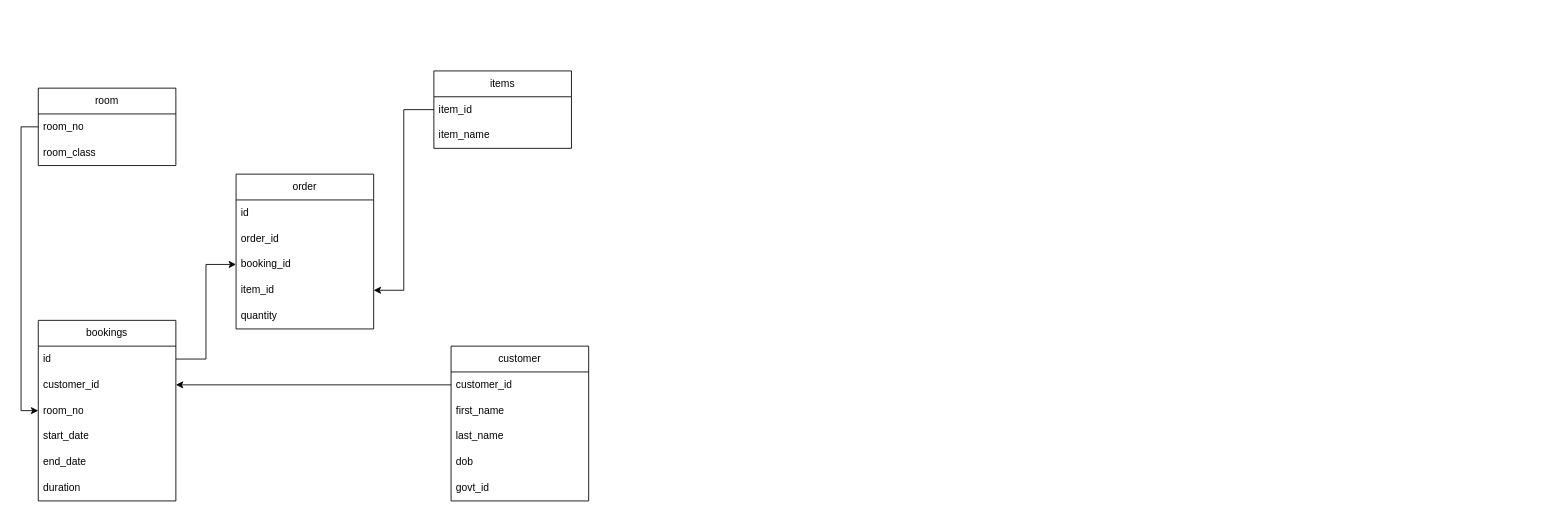
Above: Untitled Diagram.drawio in Astrrokid/911-calls (draw.io), before the change. Source tidied: cells renumbered, new cells numbered last; positions are measured from the earlier drawing's top-left corner, leaving out a move shared by most shapes. Both pictures are drawn from the tidied source at 86%, with x=0, y=0 at pixel (38, 71).
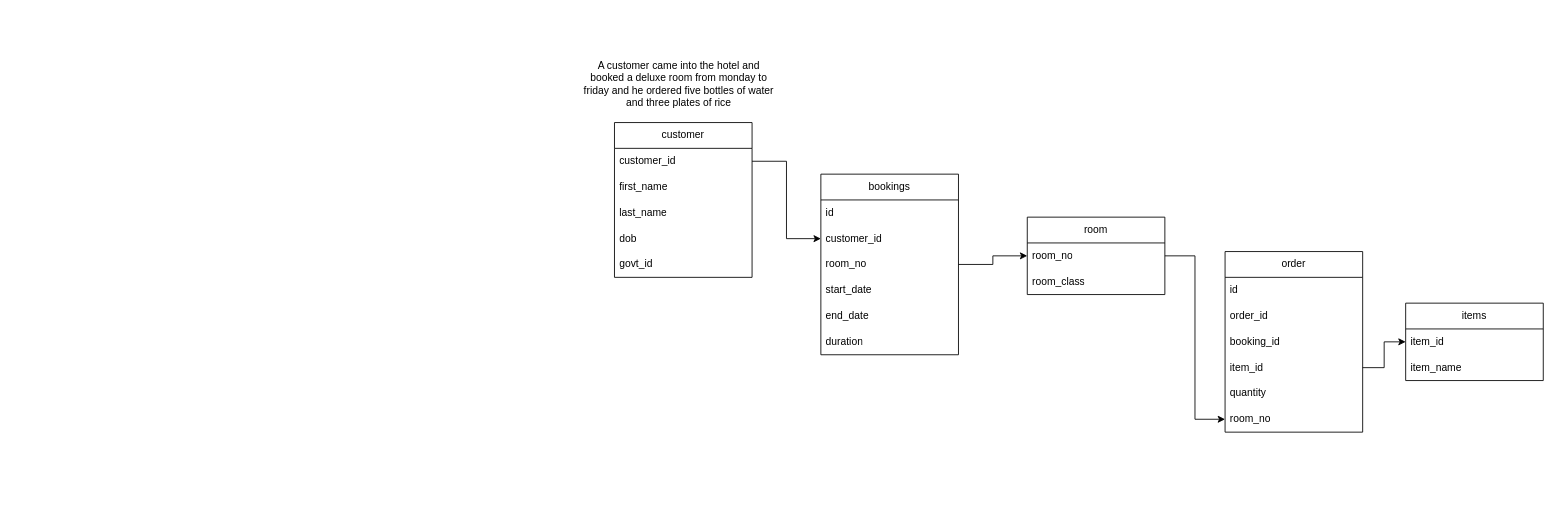
After the change.

Unchanged cells that the change refers to:
```xml
<mxCell id="3" value="customer_id" style="text;strokeColor=none;fillColor=none;align=left;verticalAlign=middle;spacingLeft=4;spacingRight=4;overflow=hidden;points=[[0,0.5],[1,0.5]];portConstraint=eastwest;whiteSpace=wrap;html=1;" parent="2" vertex="1">
  <mxGeometry y="30" width="160" height="30" as="geometry" />
</mxCell>
<mxCell id="9" value="room_no" style="text;strokeColor=none;fillColor=none;align=left;verticalAlign=middle;spacingLeft=4;spacingRight=4;overflow=hidden;points=[[0,0.5],[1,0.5]];portConstraint=eastwest;whiteSpace=wrap;html=1;" parent="8" vertex="1">
  <mxGeometry y="30" width="160" height="30" as="geometry" />
</mxCell>
<mxCell id="14" value="booking_id" style="text;strokeColor=none;fillColor=none;align=left;verticalAlign=middle;spacingLeft=4;spacingRight=4;overflow=hidden;points=[[0,0.5],[1,0.5]];portConstraint=eastwest;whiteSpace=wrap;html=1;" parent="11" vertex="1">
  <mxGeometry y="90" width="160" height="30" as="geometry" />
</mxCell>
<mxCell id="15" value="item_id" style="text;strokeColor=none;fillColor=none;align=left;verticalAlign=middle;spacingLeft=4;spacingRight=4;overflow=hidden;points=[[0,0.5],[1,0.5]];portConstraint=eastwest;whiteSpace=wrap;html=1;" parent="11" vertex="1">
  <mxGeometry y="120" width="160" height="30" as="geometry" />
</mxCell>
<mxCell id="18" value="item_id" style="text;strokeColor=none;fillColor=none;align=left;verticalAlign=middle;spacingLeft=4;spacingRight=4;overflow=hidden;points=[[0,0.5],[1,0.5]];portConstraint=eastwest;whiteSpace=wrap;html=1;" parent="17" vertex="1">
  <mxGeometry y="30" width="160" height="30" as="geometry" />
</mxCell>
<mxCell id="21" value="id" style="text;strokeColor=none;fillColor=none;align=left;verticalAlign=middle;spacingLeft=4;spacingRight=4;overflow=hidden;points=[[0,0.5],[1,0.5]];portConstraint=eastwest;whiteSpace=wrap;html=1;" parent="20" vertex="1">
  <mxGeometry y="30" width="160" height="30" as="geometry" />
</mxCell>
<mxCell id="22" value="customer_id" style="text;strokeColor=none;fillColor=none;align=left;verticalAlign=middle;spacingLeft=4;spacingRight=4;overflow=hidden;points=[[0,0.5],[1,0.5]];portConstraint=eastwest;whiteSpace=wrap;html=1;" parent="20" vertex="1">
  <mxGeometry y="60" width="160" height="30" as="geometry" />
</mxCell>
<mxCell id="23" value="room_no" style="text;strokeColor=none;fillColor=none;align=left;verticalAlign=middle;spacingLeft=4;spacingRight=4;overflow=hidden;points=[[0,0.5],[1,0.5]];portConstraint=eastwest;whiteSpace=wrap;html=1;" parent="20" vertex="1">
  <mxGeometry y="90" width="160" height="30" as="geometry" />
</mxCell>
```

The edit, as a diff of the source:
```diff
@@
     <mxCell id="2" value="customer" style="swimlane;fontStyle=0;horizontal=1;startSize=30;whiteSpace=wrap;html=1;" parent="1" vertex="1">
-      <mxGeometry x="480" y="320" width="160" height="180" as="geometry" />
+      <mxGeometry x="670" y="60" width="160" height="180" as="geometry" />
     </mxCell>
@@
     <mxCell id="8" value="room" style="swimlane;fontStyle=0;horizontal=1;startSize=30;whiteSpace=wrap;html=1;" parent="1" vertex="1">
-      <mxGeometry y="20" width="160" height="90" as="geometry" />
+      <mxGeometry x="1150" y="170" width="160" height="90" as="geometry" />
     </mxCell>
@@
     <mxCell id="11" value="order" style="swimlane;fontStyle=0;horizontal=1;startSize=30;whiteSpace=wrap;html=1;" parent="1" vertex="1">
-      <mxGeometry x="230" y="120" width="160" height="180" as="geometry" />
+      <mxGeometry x="1380" y="210" width="160" height="210" as="geometry" />
     </mxCell>
@@
+    <mxCell id="31" value="room_no" style="text;strokeColor=none;fillColor=none;align=left;verticalAlign=middle;spacingLeft=4;spacingRight=4;overflow=hidden;points=[[0,0.5],[1,0.5]];portConstraint=eastwest;whiteSpace=wrap;html=1;" parent="11" vertex="1">
+      <mxGeometry y="180" width="160" height="30" as="geometry" />
+    </mxCell>
     <mxCell id="17" value="items" style="swimlane;fontStyle=0;horizontal=1;startSize=30;whiteSpace=wrap;html=1;" parent="1" vertex="1">
-      <mxGeometry x="460" width="160" height="90" as="geometry" />
+      <mxGeometry x="1590" y="270" width="160" height="90" as="geometry" />
     </mxCell>
@@
     <mxCell id="20" value="bookings" style="swimlane;fontStyle=0;horizontal=1;startSize=30;whiteSpace=wrap;html=1;" parent="1" vertex="1">
-      <mxGeometry y="290" width="160" height="210" as="geometry" />
+      <mxGeometry x="910" y="120" width="160" height="210" as="geometry" />
     </mxCell>
@@
-    <mxCell id="27" style="edgeStyle=orthogonalEdgeStyle;rounded=0;jettySize=auto;html=1;" parent="1" edge="1" source="21" target="14">
-      <mxGeometry relative="1" as="geometry" />
-    </mxCell>
+    <mxCell id="32" value="A customer came into the hotel and booked a deluxe room from monday to friday and he ordered five bottles of water and three plates of rice" style="text;html=1;align=center;verticalAlign=middle;whiteSpace=wrap;rounded=0;" parent="1" vertex="1">
+      <mxGeometry x="630" y="-65" width="230" height="160" as="geometry" />
+    </mxCell>
-    <mxCell id="28" style="edgeStyle=orthogonalEdgeStyle;rounded=0;jettySize=auto;html=1;" parent="1" edge="1" source="3" target="22">
+    <mxCell id="28" style="edgeStyle=orthogonalEdgeStyle;rounded=0;jettySize=auto;html=1;exitX=1;exitY=0.5;exitDx=0;exitDy=0;entryX=0;entryY=0.5;entryDx=0;entryDy=0;" parent="1" edge="1" source="3" target="22">
       <mxGeometry relative="1" as="geometry" />
     </mxCell>
-    <mxCell id="29" style="edgeStyle=orthogonalEdgeStyle;rounded=0;jettySize=auto;html=1;entryX=0;entryY=0.5;entryDx=0;entryDy=0;" parent="1" edge="1" source="9" target="23">
-      <mxGeometry relative="1" as="geometry" />
-    </mxCell>
-    <mxCell id="30" style="edgeStyle=orthogonalEdgeStyle;rounded=0;jettySize=auto;html=1;exitX=0;exitY=0.5;exitDx=0;exitDy=0;" parent="1" edge="1" source="18" target="15">
-      <mxGeometry relative="1" as="geometry" />
-    </mxCell>
+    <mxCell id="33" style="edgeStyle=orthogonalEdgeStyle;rounded=0;jettySize=auto;html=1;exitX=1;exitY=0.5;exitDx=0;exitDy=0;entryX=0;entryY=0.5;entryDx=0;entryDy=0;" parent="1" edge="1" source="23" target="9">
+      <mxGeometry relative="1" as="geometry" />
+    </mxCell>
+    <mxCell id="34" style="edgeStyle=orthogonalEdgeStyle;rounded=0;jettySize=auto;html=1;entryX=0;entryY=0.5;entryDx=0;entryDy=0;" parent="1" edge="1" source="9" target="31">
+      <mxGeometry relative="1" as="geometry">
+        <Array as="points">
+          <mxPoint x="1345" y="215" />
+          <mxPoint x="1345" y="405" />
+        </Array>
+      </mxGeometry>
+    </mxCell>
+    <mxCell id="35" style="edgeStyle=orthogonalEdgeStyle;rounded=0;jettySize=auto;html=1;exitX=1;exitY=0.5;exitDx=0;exitDy=0;entryX=0;entryY=0.5;entryDx=0;entryDy=0;" parent="1" edge="1" source="15" target="18">
+      <mxGeometry relative="1" as="geometry" />
+    </mxCell>
```
